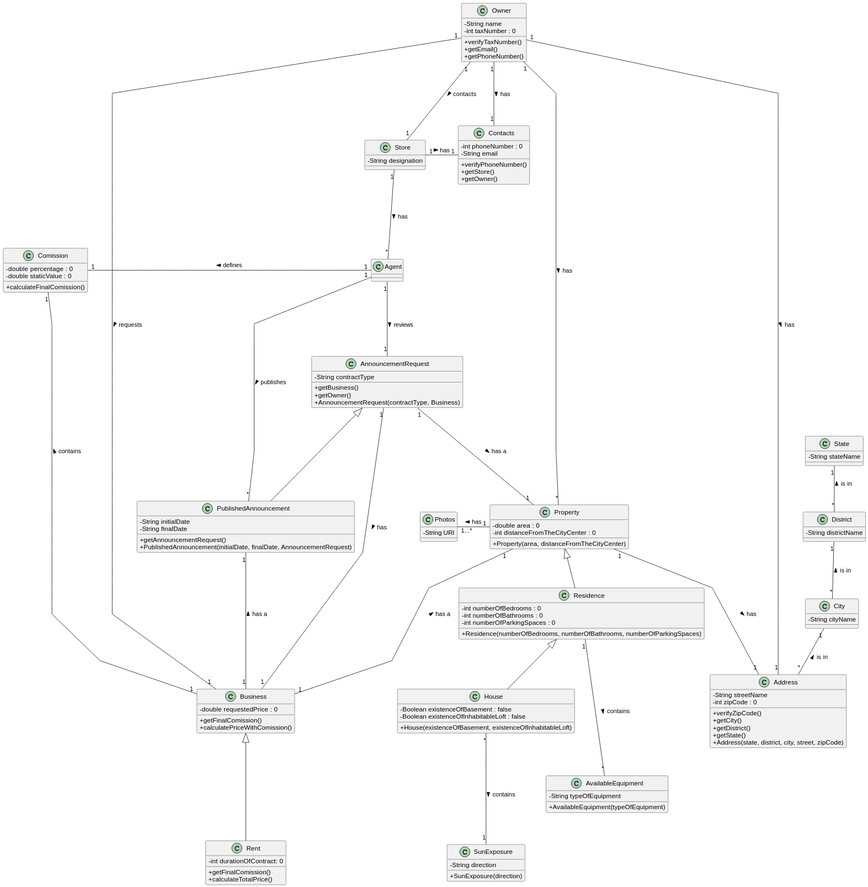
Above: docs/sprintB/US02/03.design/svg/us002-class-diagram.svg in PureNimble/ISEP-LAPR2 (PlantUML), before the change. The source it was exported from:
```plantuml
@startuml
skinparam packageStyle rectangle
skinparam shadowing false
skinparam linetype polyline

skinparam classAttributeIconSize 0


class Address {
    -String streetName
    -int zipCode : 0

    +verifyZipCode()
    +getCity()
    +getDistrict()
    +getState()
    +Address(state, district, city, street, zipCode)

}

class City {
    - String cityName
}

class District {
    - String districtName
}

class State {
    - String stateName
}




class Contacts {
    - int phoneNumber : 0
    - String email

    +verifyPhoneNumber()
    +getStore()
    +getOwner()
}

class Business {
    - double requestedPrice : 0

    +getFinalComission()
    +calculatePriceWithComission()
}

class Store {
    - String designation
}

class Owner {
    - String name
    - int taxNumber : 0

    +verifyTaxNumber()
    +getEmail()
    +getPhoneNumber()
}




class Residence {
    - int numberOfBedrooms : 0
    - int numberOfBathrooms : 0
    - int numberOfParkingSpaces : 0

    +Residence(numberOfBedrooms, numberOfBathrooms, numberOfParkingSpaces)
}

class Property {
    - double area : 0
    - int distanceFromTheCityCenter : 0

    +Property(area, distanceFromTheCityCenter)
}

class Photos{
    - String URI
}

class House {
    - Boolean existenceOfBasement : false
    - Boolean existenceOfInhabitableLoft : false

    +House(existenceOfBasement, existenceOfInhabitableLoft)
}

class SunExposure {
    - String direction

    +SunExposure(direction)
}

class AvailableEquipment {
    - String typeOfEquipment

    +AvailableEquipment(typeOfEquipment)
}



class Comission{
     - double percentage : 0
     - double staticValue : 0

    + calculateFinalComission()
}


class Rent {
    - int durationOfContract: 0

    +getFinalComission()
    +calculateTotalPrice()
}

class AnnouncementRequest {
    - String contractType

    +getBusiness()
    +getOwner()
    +AnnouncementRequest(contractType, Business)
}

class PublishedAnnouncement {
    - String initialDate
    - String finalDate

    +getAnnouncementRequest()
    +PublishedAnnouncement(initialDate, finalDate, AnnouncementRequest)
}

City "1"-- "*" Address: is in <
District "1"-- "*" City: is in <
State "1"-- "*" District: is in <


Owner "1" -down-- "1" Contacts: has >
Store "1" -right-- "1" Contacts: has >
Address "1" -left-- "1" Owner: has <
Owner "1" -down-- "1" Store: contacts >
Agent "*" -up-- "1" Store: has <


Residence <|-down- House
Property <|-down- Residence
Property "1" -left-- "1...*" Photos: has >
SunExposure "1" -up-- "*" House: contains <
Address "1" -up-- "1" Property: has <
Owner "1" -down-- "*" Property: has >
AvailableEquipment "*" -up-- "1" Residence: contains <


Comission "1" -right-- "1" Agent: defines <
Comission "1" --- "1" Business: contains <
Owner "1" --- "1" Business: requests >
Property "1" --- "1" Business: has a <
AnnouncementRequest "1" --- "1" Business: has >
Agent "1" --- "1" AnnouncementRequest : reviews >
AnnouncementRequest "1" --- "1" Property: has a >
AnnouncementRequest  <|---  PublishedAnnouncement
PublishedAnnouncement "*" --- "1" Agent: publishes <
PublishedAnnouncement "1" --- "1" Business: has a <
Business <|--- Rent
@enduml
```
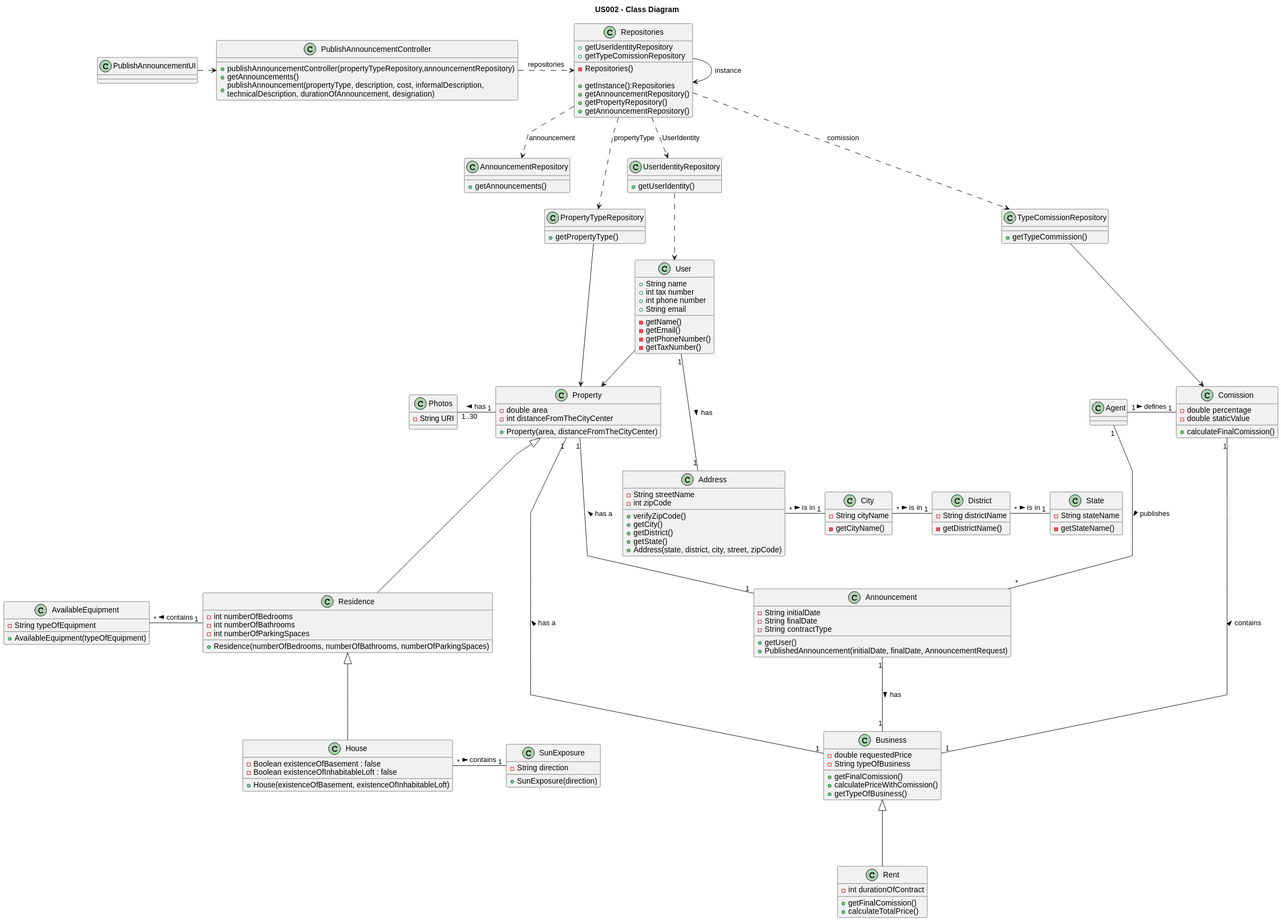
Above is the later version.

Commit message:
Class diagram US002 (update with svg)

The edit, as a diff of the source:
```diff
@@ -3,79 +3,54 @@
 skinparam shadowing false
 skinparam linetype polyline
 
-skinparam classAttributeIconSize 0
+title US002 - Class Diagram
 
 
-class Address {
-    -String streetName
-    -int zipCode : 0
+class PublishAnnouncementUI
 
-    +verifyZipCode()
-    +getCity()
-    +getDistrict()
-    +getState()
-    +Address(state, district, city, street, zipCode)
+
+class PublishAnnouncementController {
+    + publishAnnouncementController(propertyTypeRepository,announcementRepository)
+    + getAnnouncements()
+    + publishAnnouncement(propertyType, description, cost, informalDescription,\ntechnicalDescription, durationOfAnnouncement, designation)
+}
+
+PublishAnnouncementUI .> PublishAnnouncementController
+
+class Repositories {
+-Repositories()
+
++getInstance():Repositories
++getAnnouncementRepository()
++getPropertyRepository()
++getUserIdentityRepository
++getTypeComissionRepository
 
 }
 
-class City {
-    - String cityName
+class AnnouncementRepository {
+    + getAnnouncements()
 }
 
-class District {
-    - String districtName
+class PropertyTypeRepository{
+    + getPropertyType()
 }
 
-class State {
-    - String stateName
+class UserIdentityRepository{
++getUserIdentity()
+}
+
+class TypeComissionRepository{
++ getTypeCommission()
 }
 
 
 
 
-class Contacts {
-    - int phoneNumber : 0
-    - String email
-
-    +verifyPhoneNumber()
-    +getStore()
-    +getOwner()
-}
-
-class Business {
-    - double requestedPrice : 0
-
-    +getFinalComission()
-    +calculatePriceWithComission()
-}
-
-class Store {
-    - String designation
-}
-
-class Owner {
-    - String name
-    - int taxNumber : 0
-
-    +verifyTaxNumber()
-    +getEmail()
-    +getPhoneNumber()
-}
-
-
-
-
-class Residence {
-    - int numberOfBedrooms : 0
-    - int numberOfBathrooms : 0
-    - int numberOfParkingSpaces : 0
-
-    +Residence(numberOfBedrooms, numberOfBathrooms, numberOfParkingSpaces)
-}
 
 class Property {
-    - double area : 0
-    - int distanceFromTheCityCenter : 0
+    - double area
+    - int distanceFromTheCityCenter
 
     +Property(area, distanceFromTheCityCenter)
 }
@@ -89,6 +64,14 @@
     - Boolean existenceOfInhabitableLoft : false
 
     +House(existenceOfBasement, existenceOfInhabitableLoft)
+}
+
+class Residence {
+ - int numberOfBedrooms
+ - int numberOfBathrooms
+ - int numberOfParkingSpaces
+
+    +Residence(numberOfBedrooms, numberOfBathrooms, numberOfParkingSpaces)
 }
 
 class SunExposure {
@@ -105,67 +88,129 @@
 
 
 
+
+
+class User{
++String name
++int tax number
++int phone number
++String email
+
+-getName()
+-getEmail()
+-getPhoneNumber()
+-getTaxNumber()
+}
+
+class Address {
+    -String streetName
+    -int zipCode
+
+    +verifyZipCode()
+    +getCity()
+    +getDistrict()
+    +getState()
+    +Address(state, district, city, street, zipCode)
+
+}
+
+class City {
+    - String cityName
+
+    -getCityName()
+}
+
+class District {
+    - String districtName
+
+    -getDistrictName()
+}
+
+class State {
+    - String stateName
+
+    -getStateName()
+}
+
+
+
+
+
+
 class Comission{
-     - double percentage : 0
-     - double staticValue : 0
+     - double percentage
+     - double staticValue
 
     + calculateFinalComission()
 }
 
 
 class Rent {
-    - int durationOfContract: 0
+    - int durationOfContract
 
     +getFinalComission()
     +calculateTotalPrice()
 }
 
-class AnnouncementRequest {
+class Announcement {
+    - String initialDate
+    - String finalDate
     - String contractType
 
-    +getBusiness()
-    +getOwner()
-    +AnnouncementRequest(contractType, Business)
-}
-
-class PublishedAnnouncement {
-    - String initialDate
-    - String finalDate
-
-    +getAnnouncementRequest()
+    +getUser()
     +PublishedAnnouncement(initialDate, finalDate, AnnouncementRequest)
 }
 
-City "1"-- "*" Address: is in <
-District "1"-- "*" City: is in <
-State "1"-- "*" District: is in <
+class Business {
+    - double requestedPrice
+    -String typeOfBusiness
+
+    +getFinalComission()
+    +calculatePriceWithComission()
+    +getTypeOfBusiness()
+}
+
+class Repositories
+{
+    + getAnnouncementRepository()
+}
 
 
-Owner "1" -down-- "1" Contacts: has >
-Store "1" -right-- "1" Contacts: has >
-Address "1" -left-- "1" Owner: has <
-Owner "1" -down-- "1" Store: contacts >
-Agent "*" -up-- "1" Store: has <
+
+PublishAnnouncementController .> Repositories : repositories
+Repositories --> Repositories :instance
+Repositories ..> UserIdentityRepository : UserIdentity
+Repositories ..> TypeComissionRepository : comission
+Repositories ..> AnnouncementRepository : announcement
+Repositories ..> PropertyTypeRepository : propertyType
 
 
-Residence <|-down- House
-Property <|-down- Residence
-Property "1" -left-- "1...*" Photos: has >
-SunExposure "1" -up-- "*" House: contains <
-Address "1" -up-- "1" Property: has <
-Owner "1" -down-- "*" Property: has >
-AvailableEquipment "*" -up-- "1" Residence: contains <
+
+PropertyTypeRepository --> Property
+Residence <|-down-- House
+Property <|-down-- Residence
+Property "1" -left- "1..30" Photos: has >
+SunExposure "1" --right- "*" House: contains <
+AvailableEquipment "*" -right- "1" Residence: contains <
 
 
-Comission "1" -right-- "1" Agent: defines <
-Comission "1" --- "1" Business: contains <
-Owner "1" --- "1" Business: requests >
-Property "1" --- "1" Business: has a <
-AnnouncementRequest "1" --- "1" Business: has >
-Agent "1" --- "1" AnnouncementRequest : reviews >
-AnnouncementRequest "1" --- "1" Property: has a >
-AnnouncementRequest  <|---  PublishedAnnouncement
-PublishedAnnouncement "*" --- "1" Agent: publishes <
-PublishedAnnouncement "1" --- "1" Business: has a <
+
+
+City "1"-left- "*" Address: is in <
+District "1"-left- "*" City: is in <
+State "1"-left- "*" District: is in <
+User "1" --- "1" Address: has >
+UserIdentityRepository ..> User
+User --> Property
+
+
+
+TypeComissionRepository -down-> Comission
+Comission "1" -up "1" Agent: defines <
+Comission "1" -- "1" Business: contains <
+Property "1" - "1" Business: has a <
+Announcement "1" --- "1" Business: has >
+Announcement "1" --up- "1" Property: has a >
+Announcement "*" -up-- "1" Agent: publishes <
 Business <|--- Rent
 @enduml
```
